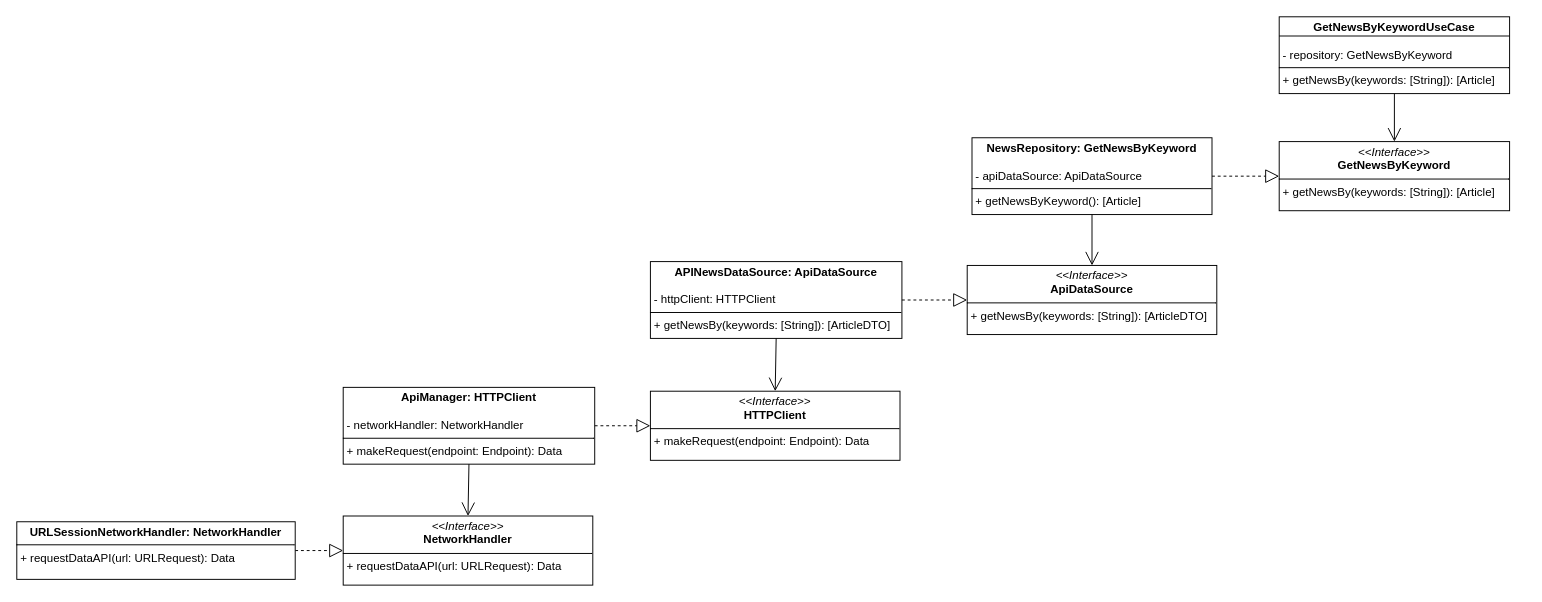
This is page "DominioToData" (1 of 3) of 002_clean_architecture/resources/CleanArchitectureExampleUML.drawio from josemortizs/ArticulosTecnicos, a draw.io file, before an edit. Source tidied: cells renumbered, new cells numbered last; positions are measured from the earlier drawing's top-left corner, leaving out a move shared by most shapes. Both pictures are drawn from the tidied source at 96%, with x=0, y=0 at pixel (16, 16).
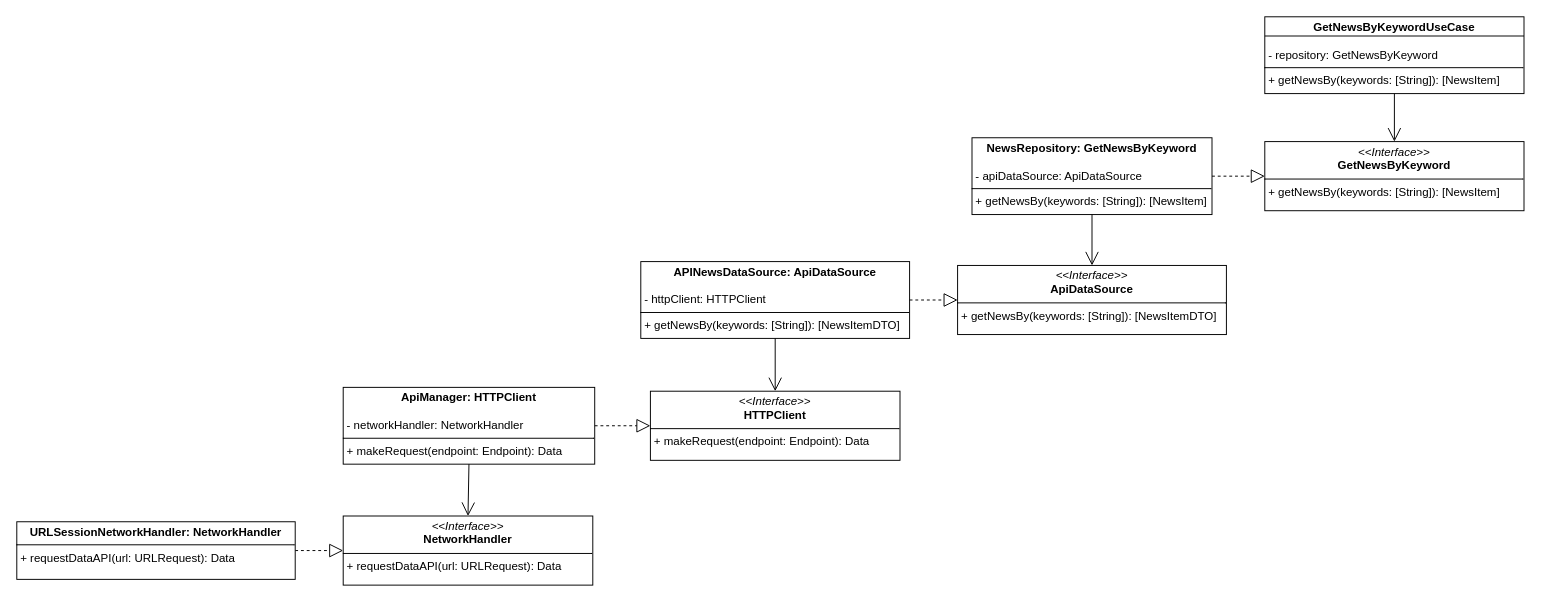
Above is the later version.

The edit, as a diff of the source:
```diff
@@
 <mxGraphModel>
   <root>
     <mxCell id="0" />
     <mxCell id="1" parent="0" />
-    <mxCell id="2" value="&lt;p style=&quot;margin:0px;margin-top:4px;text-align:center;&quot;&gt;&lt;b&gt;GetNewsByKeywordUseCase&lt;/b&gt;&lt;/p&gt;&lt;p style=&quot;margin:0px;margin-left:4px;&quot;&gt;&lt;br&gt;&lt;/p&gt;&lt;p style=&quot;margin:0px;margin-left:4px;&quot;&gt;- repository: GetNewsByKeyword&lt;/p&gt;&lt;hr size=&quot;1&quot; style=&quot;border-style:solid;&quot;&gt;&lt;p style=&quot;margin:0px;margin-left:4px;&quot;&gt;+ getNewsBy(keywords: [String]): [Article]&lt;br&gt;&lt;/p&gt;" style="verticalAlign=top;align=left;overflow=fill;html=1;whiteSpace=wrap;" parent="1" vertex="1">
-      <mxGeometry x="1315" width="240" height="80" as="geometry" />
+    <mxCell id="2" value="&lt;p style=&quot;margin:0px;margin-top:4px;text-align:center;&quot;&gt;&lt;b&gt;GetNewsByKeywordUseCase&lt;/b&gt;&lt;/p&gt;&lt;p style=&quot;margin:0px;margin-left:4px;&quot;&gt;&lt;br&gt;&lt;/p&gt;&lt;p style=&quot;margin:0px;margin-left:4px;&quot;&gt;- repository: GetNewsByKeyword&lt;/p&gt;&lt;hr size=&quot;1&quot; style=&quot;border-style:solid;&quot;&gt;&lt;p style=&quot;margin:0px;margin-left:4px;&quot;&gt;+ getNewsBy(keywords: [String]): [NewsItem]&lt;br&gt;&lt;/p&gt;" style="verticalAlign=top;align=left;overflow=fill;html=1;whiteSpace=wrap;" parent="1" vertex="1">
+      <mxGeometry x="1300" width="270" height="80" as="geometry" />
     </mxCell>
     <mxCell id="3" style="endArrow=none;html=1;rounded=0;exitX=1;exitY=0.25;exitDx=0;exitDy=0;entryX=0;entryY=0.25;entryDx=0;entryDy=0;" parent="1" edge="1" source="2" target="2">
       <mxGeometry relative="1" as="geometry" />
     </mxCell>
-    <mxCell id="4" value="&lt;p style=&quot;margin:0px;margin-top:4px;text-align:center;&quot;&gt;&lt;i&gt;&amp;lt;&amp;lt;Interface&amp;gt;&amp;gt;&lt;/i&gt;&lt;br&gt;&lt;b&gt;GetNewsByKeyword&lt;/b&gt;&lt;/p&gt;&lt;hr size=&quot;1&quot; style=&quot;border-style:solid;&quot;&gt;&lt;p style=&quot;margin:0px;margin-left:4px;&quot;&gt;&lt;span style=&quot;background-color: initial;&quot;&gt;+ getNewsBy(keywords: [String]): [Article]&lt;/span&gt;&lt;br&gt;&lt;/p&gt;" style="verticalAlign=top;align=left;overflow=fill;html=1;whiteSpace=wrap;" parent="1" vertex="1">
-      <mxGeometry x="1315" y="130" width="240" height="72" as="geometry" />
+    <mxCell id="4" value="&lt;p style=&quot;margin:0px;margin-top:4px;text-align:center;&quot;&gt;&lt;i&gt;&amp;lt;&amp;lt;Interface&amp;gt;&amp;gt;&lt;/i&gt;&lt;br&gt;&lt;b&gt;GetNewsByKeyword&lt;/b&gt;&lt;/p&gt;&lt;hr size=&quot;1&quot; style=&quot;border-style:solid;&quot;&gt;&lt;p style=&quot;margin:0px;margin-left:4px;&quot;&gt;&lt;span style=&quot;background-color: initial;&quot;&gt;+ getNewsBy(keywords: [String]): [&lt;/span&gt;NewsItem&lt;span style=&quot;background-color: initial;&quot;&gt;]&lt;/span&gt;&lt;br&gt;&lt;/p&gt;" style="verticalAlign=top;align=left;overflow=fill;html=1;whiteSpace=wrap;" parent="1" vertex="1">
+      <mxGeometry x="1300" y="130" width="270" height="72" as="geometry" />
     </mxCell>
-    <mxCell id="5" value="&lt;p style=&quot;margin:0px;margin-top:4px;text-align:center;&quot;&gt;&lt;b&gt;NewsRepository: GetNewsByKeyword&lt;/b&gt;&lt;/p&gt;&lt;p style=&quot;margin:0px;margin-left:4px;&quot;&gt;&lt;br&gt;&lt;/p&gt;&lt;p style=&quot;margin:0px;margin-left:4px;&quot;&gt;- apiDataSource: ApiDataSource&lt;/p&gt;&lt;hr size=&quot;1&quot; style=&quot;border-style:solid;&quot;&gt;&lt;p style=&quot;margin:0px;margin-left:4px;&quot;&gt;+ getNewsByKeyword(): [Article]&lt;/p&gt;" style="verticalAlign=top;align=left;overflow=fill;html=1;whiteSpace=wrap;" parent="1" vertex="1">
+    <mxCell id="5" value="&lt;p style=&quot;margin:0px;margin-top:4px;text-align:center;&quot;&gt;&lt;b&gt;NewsRepository: GetNewsByKeyword&lt;/b&gt;&lt;/p&gt;&lt;p style=&quot;margin:0px;margin-left:4px;&quot;&gt;&lt;br&gt;&lt;/p&gt;&lt;p style=&quot;margin:0px;margin-left:4px;&quot;&gt;- apiDataSource: ApiDataSource&lt;/p&gt;&lt;hr size=&quot;1&quot; style=&quot;border-style:solid;&quot;&gt;&lt;p style=&quot;margin:0px;margin-left:4px;&quot;&gt;+ getNewsBy(keywords: [String]): [NewsItem]&lt;/p&gt;" style="verticalAlign=top;align=left;overflow=fill;html=1;whiteSpace=wrap;" parent="1" vertex="1">
       <mxGeometry x="995" y="126" width="250" height="80" as="geometry" />
     </mxCell>
     <mxCell id="6" style="endArrow=open;endFill=1;endSize=12;html=1;rounded=0;exitX=0.5;exitY=1;exitDx=0;exitDy=0;entryX=0.5;entryY=0;entryDx=0;entryDy=0;" parent="1" edge="1" source="2" target="4">
       <mxGeometry relative="1" as="geometry" />
     </mxCell>
     <mxCell id="7" style="endArrow=block;dashed=1;endFill=0;endSize=12;html=1;rounded=0;exitX=1;exitY=0.5;exitDx=0;exitDy=0;entryX=0;entryY=0.5;entryDx=0;entryDy=0;" parent="1" edge="1" source="5" target="4">
       <mxGeometry relative="1" as="geometry" />
     </mxCell>
-    <mxCell id="8" value="&lt;p style=&quot;margin:0px;margin-top:4px;text-align:center;&quot;&gt;&lt;i&gt;&amp;lt;&amp;lt;Interface&amp;gt;&amp;gt;&lt;/i&gt;&lt;br&gt;&lt;b&gt;ApiDataSource&lt;/b&gt;&lt;/p&gt;&lt;hr size=&quot;1&quot; style=&quot;border-style:solid;&quot;&gt;&lt;p style=&quot;margin:0px;margin-left:4px;&quot;&gt;&lt;span style=&quot;background-color: initial;&quot;&gt;+ getNewsBy(keywords: [String]): [ArticleDTO]&lt;/span&gt;&lt;br&gt;&lt;/p&gt;" style="verticalAlign=top;align=left;overflow=fill;html=1;whiteSpace=wrap;" parent="1" vertex="1">
-      <mxGeometry x="990" y="259" width="260" height="72" as="geometry" />
+    <mxCell id="8" value="&lt;p style=&quot;margin:0px;margin-top:4px;text-align:center;&quot;&gt;&lt;i&gt;&amp;lt;&amp;lt;Interface&amp;gt;&amp;gt;&lt;/i&gt;&lt;br&gt;&lt;b&gt;ApiDataSource&lt;/b&gt;&lt;/p&gt;&lt;hr size=&quot;1&quot; style=&quot;border-style:solid;&quot;&gt;&lt;p style=&quot;margin:0px;margin-left:4px;&quot;&gt;&lt;span style=&quot;background-color: initial;&quot;&gt;+ getNewsBy(keywords: [String]): [&lt;/span&gt;NewsItemDTO&lt;span style=&quot;background-color: initial;&quot;&gt;]&lt;/span&gt;&lt;br&gt;&lt;/p&gt;" style="verticalAlign=top;align=left;overflow=fill;html=1;whiteSpace=wrap;" parent="1" vertex="1">
+      <mxGeometry x="980" y="259" width="280" height="72" as="geometry" />
     </mxCell>
     <mxCell id="9" style="endArrow=open;endFill=1;endSize=12;html=1;rounded=0;exitX=0.5;exitY=1;exitDx=0;exitDy=0;entryX=0.5;entryY=0;entryDx=0;entryDy=0;" parent="1" edge="1" source="5" target="8">
       <mxGeometry relative="1" as="geometry" />
     </mxCell>
-    <mxCell id="10" value="&lt;p style=&quot;margin:0px;margin-top:4px;text-align:center;&quot;&gt;&lt;b&gt;APINewsDataSource: ApiDataSource&lt;/b&gt;&lt;/p&gt;&lt;p style=&quot;margin:0px;margin-left:4px;&quot;&gt;&lt;br&gt;&lt;/p&gt;&lt;p style=&quot;margin:0px;margin-left:4px;&quot;&gt;- httpClient: HTTPClient&lt;/p&gt;&lt;hr size=&quot;1&quot; style=&quot;border-style:solid;&quot;&gt;&lt;p style=&quot;margin:0px;margin-left:4px;&quot;&gt;+ getNewsBy(keywords: [String]): [ArticleDTO]&lt;br&gt;&lt;/p&gt;" style="verticalAlign=top;align=left;overflow=fill;html=1;whiteSpace=wrap;" parent="1" vertex="1">
-      <mxGeometry x="660" y="255" width="262" height="80" as="geometry" />
+    <mxCell id="10" value="&lt;p style=&quot;margin:0px;margin-top:4px;text-align:center;&quot;&gt;&lt;b&gt;APINewsDataSource: ApiDataSource&lt;/b&gt;&lt;/p&gt;&lt;p style=&quot;margin:0px;margin-left:4px;&quot;&gt;&lt;br&gt;&lt;/p&gt;&lt;p style=&quot;margin:0px;margin-left:4px;&quot;&gt;- httpClient: HTTPClient&lt;/p&gt;&lt;hr size=&quot;1&quot; style=&quot;border-style:solid;&quot;&gt;&lt;p style=&quot;margin:0px;margin-left:4px;&quot;&gt;+ getNewsBy(keywords: [String]): [NewsItemDTO]&lt;br&gt;&lt;/p&gt;" style="verticalAlign=top;align=left;overflow=fill;html=1;whiteSpace=wrap;" parent="1" vertex="1">
+      <mxGeometry x="650" y="255" width="280" height="80" as="geometry" />
     </mxCell>
     <mxCell id="11" style="endArrow=block;dashed=1;endFill=0;endSize=12;html=1;rounded=0;exitX=1;exitY=0.5;exitDx=0;exitDy=0;entryX=0;entryY=0.5;entryDx=0;entryDy=0;" parent="1" edge="1" source="10" target="8">
       <mxGeometry relative="1" as="geometry" />
     </mxCell>
     <mxCell id="12" value="&lt;p style=&quot;margin:0px;margin-top:4px;text-align:center;&quot;&gt;&lt;i&gt;&amp;lt;&amp;lt;Interface&amp;gt;&amp;gt;&lt;/i&gt;&lt;br&gt;&lt;b&gt;HTTPClient&lt;/b&gt;&lt;/p&gt;&lt;hr size=&quot;1&quot; style=&quot;border-style:solid;&quot;&gt;&lt;p style=&quot;margin:0px;margin-left:4px;&quot;&gt;&lt;span style=&quot;background-color: initial;&quot;&gt;+ makeRequest(endpoint: Endpoint): Data&lt;/span&gt;&lt;br&gt;&lt;/p&gt;" style="verticalAlign=top;align=left;overflow=fill;html=1;whiteSpace=wrap;" parent="1" vertex="1">
       <mxGeometry x="660" y="390" width="260" height="72" as="geometry" />
     </mxCell>
     <mxCell id="13" style="endArrow=open;endFill=1;endSize=12;html=1;rounded=0;exitX=0.5;exitY=1;exitDx=0;exitDy=0;entryX=0.5;entryY=0;entryDx=0;entryDy=0;" parent="1" edge="1" source="10" target="12">
       <mxGeometry relative="1" as="geometry" />
     </mxCell>
     <mxCell id="14" value="&lt;p style=&quot;margin:0px;margin-top:4px;text-align:center;&quot;&gt;&lt;b&gt;ApiManager: HTTPClient&lt;/b&gt;&lt;/p&gt;&lt;p style=&quot;margin:0px;margin-left:4px;&quot;&gt;&lt;br&gt;&lt;/p&gt;&lt;p style=&quot;margin:0px;margin-left:4px;&quot;&gt;- networkHandler: NetworkHandler&lt;/p&gt;&lt;hr size=&quot;1&quot; style=&quot;border-style:solid;&quot;&gt;&lt;p style=&quot;margin:0px;margin-left:4px;&quot;&gt;+ makeRequest(endpoint: Endpoint): Data&lt;br&gt;&lt;/p&gt;" style="verticalAlign=top;align=left;overflow=fill;html=1;whiteSpace=wrap;" parent="1" vertex="1">
       <mxGeometry x="340" y="386" width="262" height="80" as="geometry" />
     </mxCell>
     <mxCell id="15" style="endArrow=block;dashed=1;endFill=0;endSize=12;html=1;rounded=0;exitX=1;exitY=0.5;exitDx=0;exitDy=0;entryX=0;entryY=0.5;entryDx=0;entryDy=0;" parent="1" edge="1" source="14" target="12">
       <mxGeometry relative="1" as="geometry" />
     </mxCell>
     <mxCell id="16" value="&lt;p style=&quot;margin:0px;margin-top:4px;text-align:center;&quot;&gt;&lt;i&gt;&amp;lt;&amp;lt;Interface&amp;gt;&amp;gt;&lt;/i&gt;&lt;br&gt;&lt;b&gt;NetworkHandler&lt;/b&gt;&lt;/p&gt;&lt;hr size=&quot;1&quot; style=&quot;border-style:solid;&quot;&gt;&lt;p style=&quot;margin:0px;margin-left:4px;&quot;&gt;&lt;span style=&quot;background-color: initial;&quot;&gt;+ requestDataAPI(url: URLRequest): Data&lt;/span&gt;&lt;br&gt;&lt;/p&gt;" style="verticalAlign=top;align=left;overflow=fill;html=1;whiteSpace=wrap;" parent="1" vertex="1">
       <mxGeometry x="340" y="520" width="260" height="72" as="geometry" />
     </mxCell>
     <mxCell id="17" style="endArrow=open;endFill=1;endSize=12;html=1;rounded=0;exitX=0.5;exitY=1;exitDx=0;exitDy=0;entryX=0.5;entryY=0;entryDx=0;entryDy=0;" parent="1" edge="1" source="14" target="16">
       <mxGeometry relative="1" as="geometry" />
     </mxCell>
     <mxCell id="18" style="endArrow=block;dashed=1;endFill=0;endSize=12;html=1;rounded=0;entryX=0;entryY=0.5;entryDx=0;entryDy=0;exitX=1;exitY=0.5;exitDx=0;exitDy=0;" parent="1" edge="1" source="19" target="16">
       <mxGeometry relative="1" as="geometry" />
     </mxCell>
     <mxCell id="19" value="&lt;p style=&quot;margin: 4px 0px 0px; text-align: center;&quot;&gt;&lt;b&gt;URLSessionNetworkHandler: NetworkHandler&lt;/b&gt;&lt;/p&gt;&lt;hr size=&quot;1&quot; style=&quot;border-style:solid;&quot;&gt;&lt;p style=&quot;margin:0px;margin-left:4px;&quot;&gt;+ requestDataAPI(url: URLRequest): Data&lt;br&gt;&lt;/p&gt;" style="verticalAlign=top;align=left;overflow=fill;html=1;whiteSpace=wrap;" parent="1" vertex="1">
       <mxGeometry y="526" width="290" height="60" as="geometry" />
     </mxCell>
   </root>
 </mxGraphModel>
```
